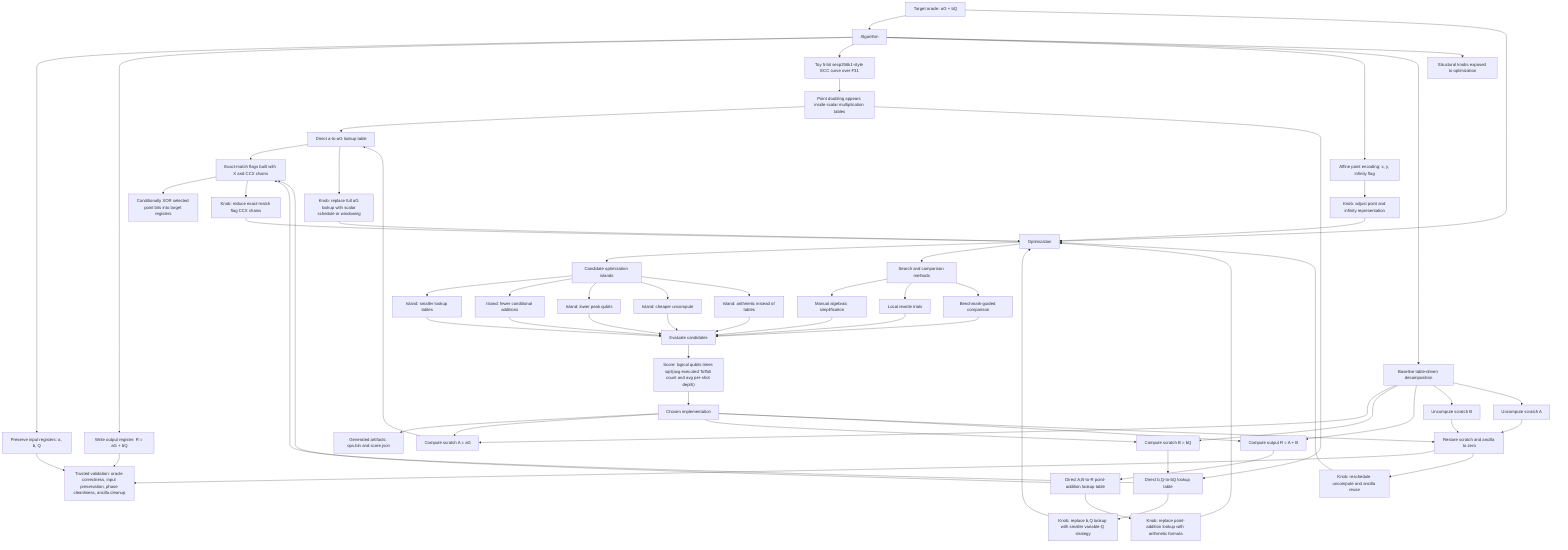
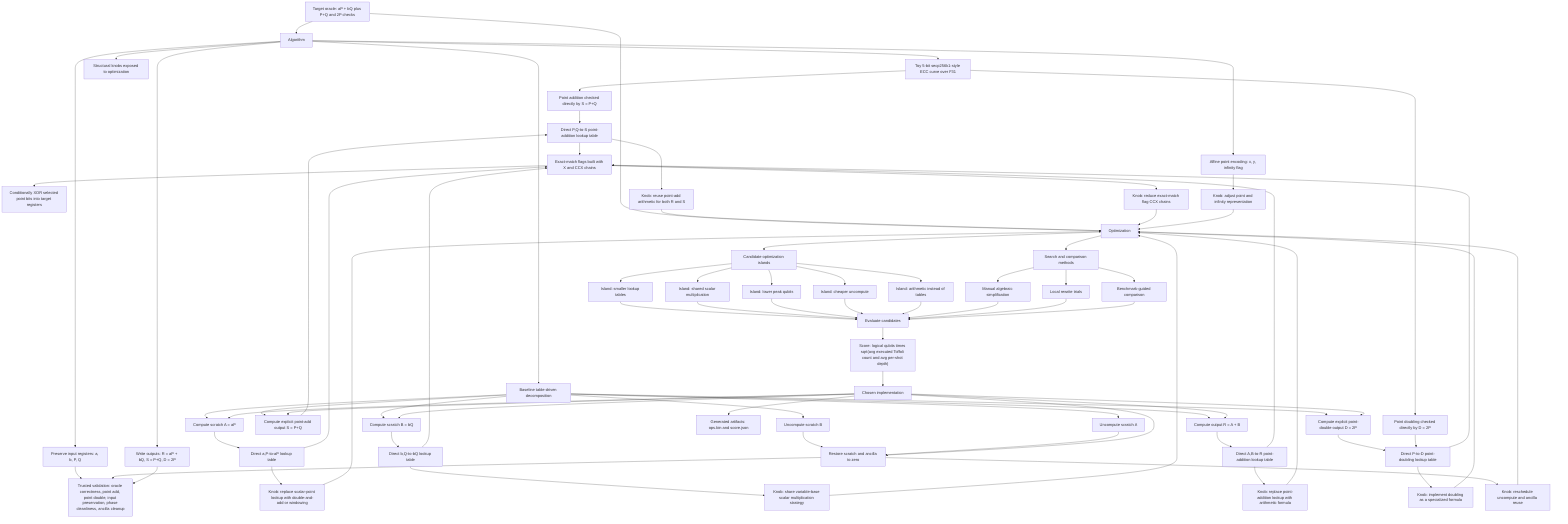
flowchart TD
-   Target["Target oracle: aG + bQ"]
+   Target["Target oracle: aP + bQ plus P+Q and 2P checks"]
  Algorithm["Algorithm"]
  Optimization["Optimization"]

  Target --> Algorithm
  Target --> Optimization

-   Algorithm --> ABI["Preserve input registers: a, b, Q"]
-   Algorithm --> Output["Write output register: R = aG + bQ"]
+   Algorithm --> ABI["Preserve input registers: a, b, P, Q"]
+   Algorithm --> Output["Write outputs: R = aP + bQ, S = P+Q, D = 2P"]
  Algorithm --> Curve["Toy 5-bit secp256k1-style ECC curve over F31"]
  Algorithm --> Encoding["Affine point encoding: x, y, infinity flag"]

  Algorithm --> Baseline["Baseline table-driven decomposition"]
-   Baseline --> AG["Compute scratch A = aG"]
+   Baseline --> AP["Compute scratch A = aP"]
  Baseline --> BQ["Compute scratch B = bQ"]
  Baseline --> Add["Compute output R = A + B"]
+   Baseline --> CheckAdd["Compute explicit point-add output S = P+Q"]
+   Baseline --> CheckDouble["Compute explicit point-double output D = 2P"]
  Baseline --> UncomputeB["Uncompute scratch B"]
  Baseline --> UncomputeA["Uncompute scratch A"]

-   AG --> AGTable["Direct a-to-aG lookup table"]
+   AP --> APTable["Direct a,P-to-aP lookup table"]
  BQ --> BQTable["Direct b,Q-to-bQ lookup table"]
  Add --> AddTable["Direct A,B-to-R point-addition lookup table"]
+   CheckAdd --> CheckAddTable["Direct P,Q-to-S point-addition lookup table"]
+   CheckDouble --> DoubleTable["Direct P-to-D point-doubling lookup table"]
  UncomputeB --> Cleanup["Restore scratch and ancilla to zero"]
  UncomputeA --> Cleanup

-   AGTable --> MatchFlags["Exact-match flags built with X and CCX chains"]
+   APTable --> MatchFlags["Exact-match flags built with X and CCX chains"]
  BQTable --> MatchFlags
  AddTable --> MatchFlags
+   CheckAddTable --> MatchFlags
+   DoubleTable --> MatchFlags
  MatchFlags --> PointXor["Conditionally XOR selected point bits into target registers"]

-   Curve --> PointDoubling["Point doubling appears inside scalar multiplication tables"]
-   PointDoubling --> AGTable
-   PointDoubling --> BQTable
+   Curve --> PointAddition["Point addition checked directly by S = P+Q"]
+   Curve --> PointDoubling["Point doubling checked directly by D = 2P"]
+   PointAddition --> CheckAddTable
+   PointDoubling --> DoubleTable

-   ABI --> Validation["Trusted validation: oracle correctness, input preservation, phase cleanliness, ancilla cleanup"]
+   ABI --> Validation["Trusted validation: oracle correctness, point add, point double, input preservation, phase cleanliness, ancilla cleanup"]
  Cleanup --> Validation
  Output --> Validation

  Algorithm --> Knobs["Structural knobs exposed to optimization"]
-   AGTable --> K1["Knob: replace full aG lookup with scalar schedule or windowing"]
-   BQTable --> K2["Knob: replace b,Q lookup with smaller variable-Q strategy"]
+   APTable --> K1["Knob: replace scalar-point lookup with double-and-add or windowing"]
+   BQTable --> K2["Knob: share variable-base scalar multiplication strategy"]
  AddTable --> K3["Knob: replace point-addition lookup with arithmetic formula"]
-   MatchFlags --> K4["Knob: reduce exact-match flag CCX chains"]
-   Cleanup --> K5["Knob: reschedule uncompute and ancilla reuse"]
-   Encoding --> K6["Knob: adjust point and infinity representation"]
+   CheckAddTable --> K4["Knob: reuse point-add arithmetic for both R and S"]
+   DoubleTable --> K5["Knob: implement doubling as a specialized formula"]
+   MatchFlags --> K6["Knob: reduce exact-match flag CCX chains"]
+   Cleanup --> K7["Knob: reschedule uncompute and ancilla reuse"]
+   Encoding --> K8["Knob: adjust point and infinity representation"]

  K1 --> Optimization
  K2 --> Optimization
  K3 --> Optimization
  K4 --> Optimization
  K5 --> Optimization
  K6 --> Optimization
+   K7 --> Optimization
+   K8 --> Optimization

  Optimization --> Islands["Candidate optimization islands"]
  Islands --> I1["Island: smaller lookup tables"]
-   Islands --> I2["Island: fewer conditional additions"]
+   Islands --> I2["Island: shared scalar multiplication"]
  Islands --> I3["Island: lower peak qubits"]
  Islands --> I4["Island: cheaper uncompute"]
  Islands --> I5["Island: arithmetic instead of tables"]

  Optimization --> Methods["Search and comparison methods"]
  Methods --> M1["Manual algebraic simplification"]
  Methods --> M2["Local rewrite trials"]
  Methods --> M3["Benchmark-guided comparison"]

  I1 --> Eval["Evaluate candidates"]
  I2 --> Eval
  I3 --> Eval
  I4 --> Eval
  I5 --> Eval
  M1 --> Eval
  M2 --> Eval
  M3 --> Eval

  Eval --> Score["Score: logical qubits times sqrt(avg executed Toffoli count and avg per-shot depth)"]
  Score --> Choice["Chosen implementation"]
  Choice --> Artifact["Generated artifacts: ops.bin and score.json"]
-   Choice --> AG
+   Choice --> AP
  Choice --> BQ
  Choice --> Add
+   Choice --> CheckAdd
+   Choice --> CheckDouble
  Choice --> Cleanup
